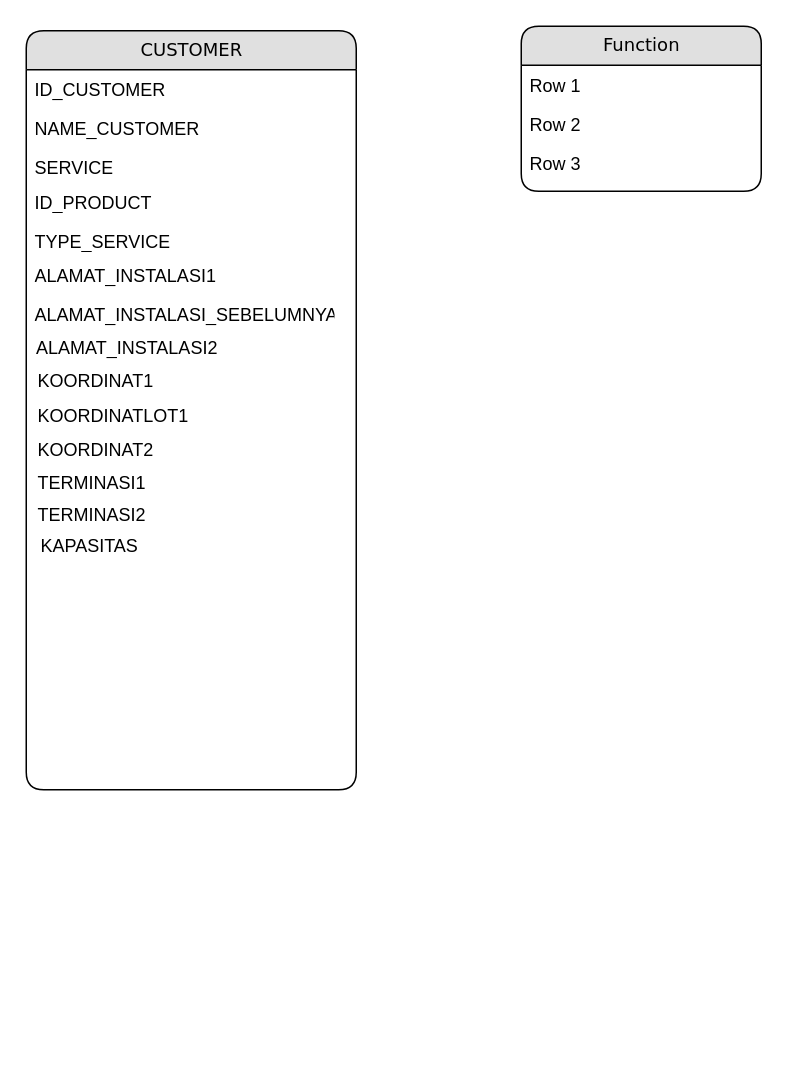
Above: Untitled Diagram.drawio in elwidi/latihangraph (draw.io), before the change. Source tidied: cells renumbered, new cells numbered last; positions are measured from the earlier drawing's top-left corner, leaving out a move shared by most shapes. Both pictures are drawn from the tidied source at 150%, with x=0, y=0 at pixel (26, 26).
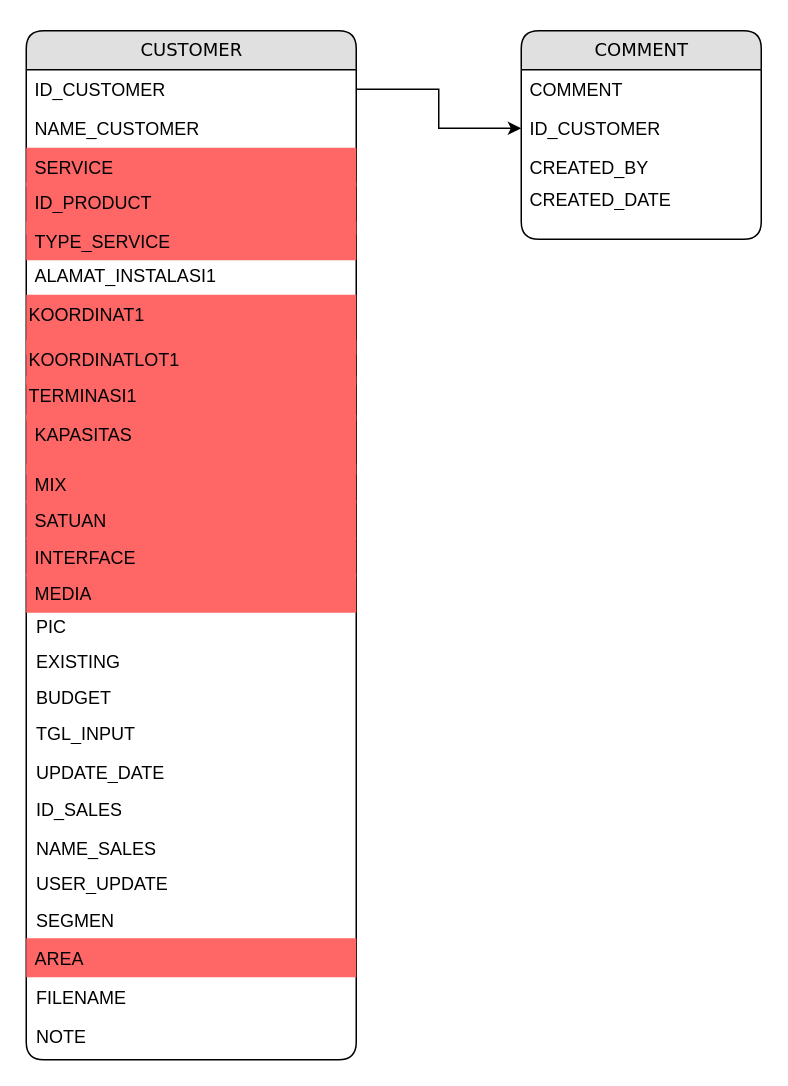
Above is the later version.

The change refers to these unchanged cells:
```xml
<mxCell id="3" value="&lt;div&gt;ID_CUSTOMER&lt;/div&gt;" style="text;html=1;strokeColor=none;fillColor=none;spacingLeft=4;spacingRight=4;whiteSpace=wrap;overflow=hidden;points=[[0,0.5],[1,0.5]];portConstraint=eastwest;" parent="2" vertex="1">
  <mxGeometry y="26" width="220" height="26" as="geometry" />
</mxCell>
```

Change to the diagram source:
```diff
@@
     <mxCell id="2" value="&lt;div&gt;CUSTOMER&lt;/div&gt;" style="swimlane;html=1;fontStyle=0;horizontal=1;startSize=26;fillColor=#e0e0e0;swimlaneFillColor=#ffffff;align=center;rounded=1;shadow=0;comic=0;labelBackgroundColor=none;strokeColor=#000000;strokeWidth=1;fontFamily=Verdana;fontSize=12;fontColor=#000000;" parent="1" vertex="1">
-      <mxGeometry y="3" width="220" height="506" as="geometry" />
+      <mxGeometry y="3" width="220" height="686" as="geometry" />
     </mxCell>
@@
-    <mxCell id="5" value="SERVICE" style="text;html=1;strokeColor=none;fillColor=none;spacingLeft=4;spacingRight=4;whiteSpace=wrap;overflow=hidden;" parent="2" vertex="1">
+    <mxCell id="5" value="SERVICE" style="text;html=1;strokeColor=none;fillColor=#FF6666;spacingLeft=4;spacingRight=4;whiteSpace=wrap;overflow=hidden;" parent="2" vertex="1">
       <mxGeometry y="78" width="220" height="26" as="geometry" />
     </mxCell>
-    <mxCell id="6" value="Function" style="swimlane;html=1;fontStyle=0;horizontal=1;startSize=26;fillColor=#e0e0e0;swimlaneFillColor=#ffffff;align=center;rounded=1;shadow=0;comic=0;labelBackgroundColor=none;strokeColor=#000000;strokeWidth=1;fontFamily=Verdana;fontSize=12;fontColor=#000000;" parent="1" vertex="1">
-      <mxGeometry x="330" width="160" height="110" as="geometry" />
+    <mxCell id="6" value="COMMENT" style="swimlane;html=1;fontStyle=0;horizontal=1;startSize=26;fillColor=#e0e0e0;swimlaneFillColor=#ffffff;align=center;rounded=1;shadow=0;comic=0;labelBackgroundColor=none;strokeColor=#000000;strokeWidth=1;fontFamily=Verdana;fontSize=12;fontColor=#000000;" parent="1" vertex="1">
+      <mxGeometry x="330" y="3" width="160" height="139" as="geometry" />
     </mxCell>
-    <mxCell id="7" value="Row 1" style="text;html=1;strokeColor=none;fillColor=none;spacingLeft=4;spacingRight=4;whiteSpace=wrap;overflow=hidden;" parent="6" vertex="1">
+    <mxCell id="7" value="&lt;div&gt;COMMENT&lt;/div&gt;" style="text;html=1;strokeColor=none;fillColor=none;spacingLeft=4;spacingRight=4;whiteSpace=wrap;overflow=hidden;" parent="6" vertex="1">
       <mxGeometry y="26" width="160" height="26" as="geometry" />
     </mxCell>
-    <mxCell id="8" value="Row 2" style="text;html=1;strokeColor=none;fillColor=none;spacingLeft=4;spacingRight=4;whiteSpace=wrap;overflow=hidden;points=[[0,0.5],[1,0.5]];portConstraint=eastwest;" parent="6" vertex="1">
+    <mxCell id="8" value="ID_CUSTOMER" style="text;html=1;strokeColor=none;fillColor=none;spacingLeft=4;spacingRight=4;whiteSpace=wrap;overflow=hidden;points=[[0,0.5],[1,0.5]];portConstraint=eastwest;" parent="6" vertex="1">
       <mxGeometry y="52" width="160" height="26" as="geometry" />
     </mxCell>
-    <mxCell id="9" value="Row 3" style="text;html=1;strokeColor=none;fillColor=none;spacingLeft=4;spacingRight=4;whiteSpace=wrap;overflow=hidden;" parent="6" vertex="1">
+    <mxCell id="9" value="CREATED_BY" style="text;html=1;strokeColor=none;fillColor=none;spacingLeft=4;spacingRight=4;whiteSpace=wrap;overflow=hidden;" parent="6" vertex="1">
       <mxGeometry y="78" width="160" height="26" as="geometry" />
     </mxCell>
-    <mxCell id="10" value="&lt;div&gt;ID_PRODUCT&lt;/div&gt;" style="text;html=1;strokeColor=none;fillColor=none;spacingLeft=4;spacingRight=4;whiteSpace=wrap;overflow=hidden;" parent="1" vertex="1">
-      <mxGeometry y="104" width="160" height="26" as="geometry" />
+    <mxCell id="10" value="&lt;div&gt;ID_PRODUCT&lt;/div&gt;" style="text;html=1;strokeColor=none;fillColor=#FF6666;spacingLeft=4;spacingRight=4;whiteSpace=wrap;overflow=hidden;" parent="1" vertex="1">
+      <mxGeometry y="104" width="220" height="35" as="geometry" />
     </mxCell>
-    <mxCell id="11" value="TYPE_SERVICE" style="text;html=1;strokeColor=none;fillColor=none;spacingLeft=4;spacingRight=4;whiteSpace=wrap;overflow=hidden;" parent="1" vertex="1">
-      <mxGeometry y="130" width="160" height="26" as="geometry" />
+    <mxCell id="11" value="TYPE_SERVICE" style="text;html=1;strokeColor=none;fillColor=#FF6666;spacingLeft=4;spacingRight=4;whiteSpace=wrap;overflow=hidden;" parent="1" vertex="1">
+      <mxGeometry y="130" width="220" height="26" as="geometry" />
     </mxCell>
@@
-    <mxCell id="13" value="ALAMAT_INSTALASI_SEBELUMNYA" style="text;html=1;strokeColor=none;fillColor=none;spacingLeft=4;spacingRight=4;whiteSpace=wrap;overflow=hidden;" parent="1" vertex="1">
-      <mxGeometry y="179" width="210" height="26" as="geometry" />
-    </mxCell>
-    <mxCell id="14" value="&lt;div&gt;ALAMAT_INSTALASI2&lt;/div&gt;" style="text;html=1;strokeColor=none;fillColor=none;spacingLeft=4;spacingRight=4;whiteSpace=wrap;overflow=hidden;" parent="1" vertex="1">
-      <mxGeometry x="1" y="201" width="210" height="26" as="geometry" />
-    </mxCell>
-    <mxCell id="15" value="KOORDINAT1" style="text;html=1;" parent="1" vertex="1">
-      <mxGeometry x="6" y="223" width="140" height="30" as="geometry" />
+    <mxCell id="15" value="KOORDINAT1" style="text;html=1;fillColor=#FF6666;" parent="1" vertex="1">
+      <mxGeometry y="179" width="220" height="40" as="geometry" />
     </mxCell>
-    <mxCell id="16" value="KOORDINATLOT1" style="text;html=1;" parent="1" vertex="1">
-      <mxGeometry x="6" y="246" width="130" height="30" as="geometry" />
+    <mxCell id="16" value="KOORDINATLOT1" style="text;html=1;fillColor=#FF6666;" parent="1" vertex="1">
+      <mxGeometry y="209" width="220" height="30" as="geometry" />
     </mxCell>
-    <mxCell id="17" value="KOORDINAT2" style="text;html=1;" parent="1" vertex="1">
-      <mxGeometry x="6" y="269" width="100" height="30" as="geometry" />
-    </mxCell>
-    <mxCell id="18" value="TERMINASI1" style="text;html=1;" parent="1" vertex="1">
-      <mxGeometry x="6" y="291" width="100" height="30" as="geometry" />
+    <mxCell id="18" value="TERMINASI1" style="text;html=1;fillColor=#FF6666;" parent="1" vertex="1">
+      <mxGeometry y="233" width="220" height="30" as="geometry" />
     </mxCell>
-    <mxCell id="19" value="TERMINASI2" style="text;html=1;" parent="1" vertex="1">
-      <mxGeometry x="6" y="312" width="100" height="30" as="geometry" />
-    </mxCell>
+    <mxCell id="21" value="&lt;div&gt;MIX&lt;/div&gt;" style="text;html=1;strokeColor=none;fillColor=#FF6666;spacingLeft=4;spacingRight=4;whiteSpace=wrap;overflow=hidden;" parent="1" vertex="1">
+      <mxGeometry y="292" width="220" height="26" as="geometry" />
+    </mxCell>
+    <mxCell id="22" value="&lt;div&gt;SATUAN&lt;/div&gt;" style="text;html=1;strokeColor=none;fillColor=#FF6666;spacingLeft=4;spacingRight=4;whiteSpace=wrap;overflow=hidden;" parent="1" vertex="1">
+      <mxGeometry y="316" width="220" height="26" as="geometry" />
+    </mxCell>
+    <mxCell id="23" value="&lt;div&gt;INTERFACE&lt;/div&gt;" style="text;html=1;strokeColor=none;fillColor=#FF6666;spacingLeft=4;spacingRight=4;whiteSpace=wrap;overflow=hidden;" parent="1" vertex="1">
+      <mxGeometry y="341" width="220" height="26" as="geometry" />
+    </mxCell>
+    <mxCell id="24" value="&lt;div&gt;MEDIA&lt;/div&gt;" style="text;html=1;strokeColor=none;fillColor=#FF6666;spacingLeft=4;spacingRight=4;whiteSpace=wrap;overflow=hidden;" parent="1" vertex="1">
+      <mxGeometry y="365" width="220" height="26" as="geometry" />
+    </mxCell>
+    <mxCell id="25" value="&lt;div&gt;PIC&lt;/div&gt;&lt;div&gt;&lt;br&gt;&lt;/div&gt;" style="text;html=1;strokeColor=none;fillColor=none;spacingLeft=4;spacingRight=4;whiteSpace=wrap;overflow=hidden;" parent="1" vertex="1">
+      <mxGeometry x="1" y="387" width="220" height="26" as="geometry" />
+    </mxCell>
+    <mxCell id="26" value="&lt;div&gt;EXISTING&lt;/div&gt;" style="text;html=1;strokeColor=none;fillColor=none;spacingLeft=4;spacingRight=4;whiteSpace=wrap;overflow=hidden;" parent="1" vertex="1">
+      <mxGeometry x="1" y="410" width="220" height="26" as="geometry" />
+    </mxCell>
+    <mxCell id="27" value="&lt;div&gt;BUDGET&lt;/div&gt;" style="text;html=1;strokeColor=none;fillColor=none;spacingLeft=4;spacingRight=4;whiteSpace=wrap;overflow=hidden;" parent="1" vertex="1">
+      <mxGeometry x="1" y="434" width="220" height="26" as="geometry" />
+    </mxCell>
+    <mxCell id="28" value="&lt;div&gt;TGL_INPUT&lt;/div&gt;" style="text;html=1;strokeColor=none;fillColor=none;spacingLeft=4;spacingRight=4;whiteSpace=wrap;overflow=hidden;" parent="1" vertex="1">
+      <mxGeometry x="1" y="458" width="220" height="26" as="geometry" />
+    </mxCell>
+    <mxCell id="29" value="UPDATE_DATE" style="text;html=1;strokeColor=none;fillColor=none;spacingLeft=4;spacingRight=4;whiteSpace=wrap;overflow=hidden;" parent="1" vertex="1">
+      <mxGeometry x="1" y="484" width="220" height="26" as="geometry" />
+    </mxCell>
+    <mxCell id="30" value="ID_SALES" style="text;html=1;strokeColor=none;fillColor=none;spacingLeft=4;spacingRight=4;whiteSpace=wrap;overflow=hidden;" parent="1" vertex="1">
+      <mxGeometry x="1" y="509" width="220" height="26" as="geometry" />
+    </mxCell>
+    <mxCell id="31" value="NAME_SALES" style="text;html=1;strokeColor=none;fillColor=none;spacingLeft=4;spacingRight=4;whiteSpace=wrap;overflow=hidden;" parent="1" vertex="1">
+      <mxGeometry x="1" y="535" width="220" height="26" as="geometry" />
+    </mxCell>
+    <mxCell id="32" value="&lt;div&gt;USER_UPDATE&lt;/div&gt;" style="text;html=1;strokeColor=none;fillColor=none;spacingLeft=4;spacingRight=4;whiteSpace=wrap;overflow=hidden;" parent="1" vertex="1">
+      <mxGeometry x="1" y="558" width="220" height="26" as="geometry" />
+    </mxCell>
+    <mxCell id="33" value="SEGMEN" style="text;html=1;strokeColor=none;fillColor=none;spacingLeft=4;spacingRight=4;whiteSpace=wrap;overflow=hidden;" parent="1" vertex="1">
+      <mxGeometry x="1" y="583" width="220" height="26" as="geometry" />
+    </mxCell>
+    <mxCell id="34" value="&lt;div&gt;AREA&lt;/div&gt;" style="text;html=1;strokeColor=none;fillColor=#FF6666;spacingLeft=4;spacingRight=4;whiteSpace=wrap;overflow=hidden;" parent="1" vertex="1">
+      <mxGeometry y="608" width="220" height="26" as="geometry" />
+    </mxCell>
+    <mxCell id="35" value="&lt;div&gt;FILENAME&lt;/div&gt;" style="text;html=1;strokeColor=none;fillColor=none;spacingLeft=4;spacingRight=4;whiteSpace=wrap;overflow=hidden;" parent="1" vertex="1">
+      <mxGeometry x="1" y="634" width="220" height="26" as="geometry" />
+    </mxCell>
+    <mxCell id="36" value="NOTE" style="text;html=1;strokeColor=none;fillColor=none;spacingLeft=4;spacingRight=4;whiteSpace=wrap;overflow=hidden;" parent="1" vertex="1">
+      <mxGeometry x="1" y="660" width="220" height="26" as="geometry" />
+    </mxCell>
+    <mxCell id="37" value="&lt;div&gt;CREATED_DATE&lt;/div&gt;" style="text;html=1;strokeColor=none;fillColor=none;spacingLeft=4;spacingRight=4;whiteSpace=wrap;overflow=hidden;" parent="1" vertex="1">
+      <mxGeometry x="330" y="102" width="160" height="26" as="geometry" />
+    </mxCell>
+    <mxCell id="38" style="edgeStyle=orthogonalEdgeStyle;rounded=0;jettySize=auto;html=1;exitX=1;exitY=0.5;exitDx=0;exitDy=0;entryX=0;entryY=0.5;entryDx=0;entryDy=0;" parent="1" edge="1" source="3" target="8">
+      <mxGeometry relative="1" as="geometry" />
+    </mxCell>
-    <mxCell id="20" value="KAPASITAS" style="text;html=1;" parent="1" vertex="1">
-      <mxGeometry x="8" y="333" width="90" height="30" as="geometry" />
+    <mxCell id="20" value="KAPASITAS" style="text;html=1;strokeColor=none;fillColor=#FF6666;spacingLeft=4;spacingRight=4;whiteSpace=wrap;overflow=hidden;" parent="1" vertex="1">
+      <mxGeometry y="259" width="220" height="40" as="geometry" />
     </mxCell>
```
